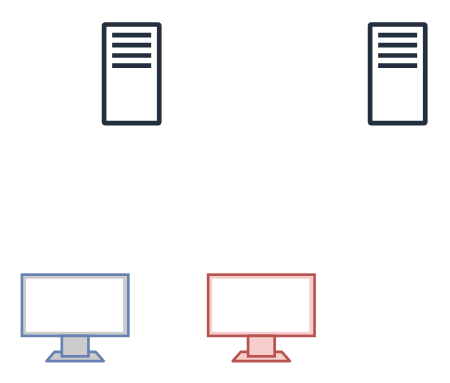
This is .drawio from AndreVu/ActiveDirectoryLab, a draw.io file, before an edit. Source tidied: cells renumbered, new cells numbered last; positions are measured from the earlier drawing's top-left corner, leaving out a move shared by most shapes. Both pictures are drawn from the tidied source at 133%, with x=0, y=0 at pixel (21, 21).
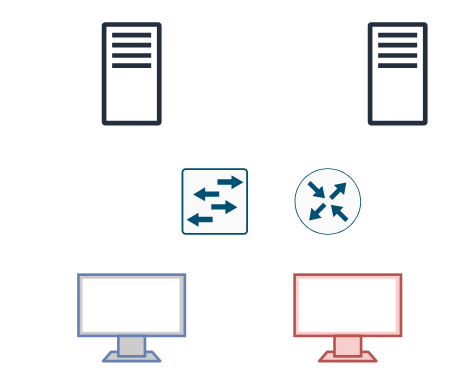
The same page after the edit.

What changed in the source:
```diff
@@
 <mxGraphModel>
   <root>
     <mxCell id="0" />
     <mxCell id="1" parent="0" />
     <mxCell id="2" style="sketch=0;fontColor=#232F3E;gradientColor=none;fillColor=#232F3D;strokeColor=none;dashed=0;verticalLabelPosition=bottom;verticalAlign=top;align=center;html=1;fontSize=12;fontStyle=0;shape=mxgraph.aws4.traditional_server;" parent="1" vertex="1">
       <mxGeometry x="60" width="45" height="78" as="geometry" />
     </mxCell>
     <mxCell id="3" style="sketch=0;fontColor=#232F3E;gradientColor=none;fillColor=#232F3D;strokeColor=none;dashed=0;verticalLabelPosition=bottom;verticalAlign=top;align=center;html=1;fontSize=12;fontStyle=0;shape=mxgraph.aws4.traditional_server;" parent="1" vertex="1">
       <mxGeometry x="260" width="45" height="78" as="geometry" />
     </mxCell>
     <mxCell id="4" style="fontColor=#0066CC;verticalAlign=top;verticalLabelPosition=bottom;labelPosition=center;align=center;html=1;fillColor=#CCCCCC;strokeColor=#6881B3;gradientColor=none;gradientDirection=north;strokeWidth=2;shape=mxgraph.networks.monitor;" parent="1" vertex="1">
-      <mxGeometry y="190" width="80" height="65" as="geometry" />
+      <mxGeometry x="42.5" y="190" width="80" height="65" as="geometry" />
     </mxCell>
     <mxCell id="5" style="verticalAlign=top;verticalLabelPosition=bottom;labelPosition=center;align=center;html=1;fillColor=#f8cecc;strokeColor=#b85450;gradientDirection=north;strokeWidth=2;shape=mxgraph.networks.monitor;" parent="1" vertex="1">
-      <mxGeometry x="140" y="190" width="80" height="65" as="geometry" />
+      <mxGeometry x="205" y="190" width="80" height="65" as="geometry" />
     </mxCell>
+    <mxCell id="6" style="sketch=0;verticalLabelPosition=bottom;html=1;verticalAlign=top;align=center;shape=mxgraph.cisco19.rect;prIcon=l2_switch;fillColor=#FAFAFA;strokeColor=#005073;" parent="1" vertex="1">
+      <mxGeometry x="120" y="110" width="50" height="50" as="geometry" />
+    </mxCell>
+    <mxCell id="7" style="sketch=0;verticalLabelPosition=bottom;html=1;verticalAlign=top;align=center;shape=mxgraph.cisco19.rect;prIcon=router;fillColor=#FAFAFA;strokeColor=#005073;" parent="1" vertex="1">
+      <mxGeometry x="205" y="110" width="50" height="50" as="geometry" />
+    </mxCell>
   </root>
 </mxGraphModel>
```
